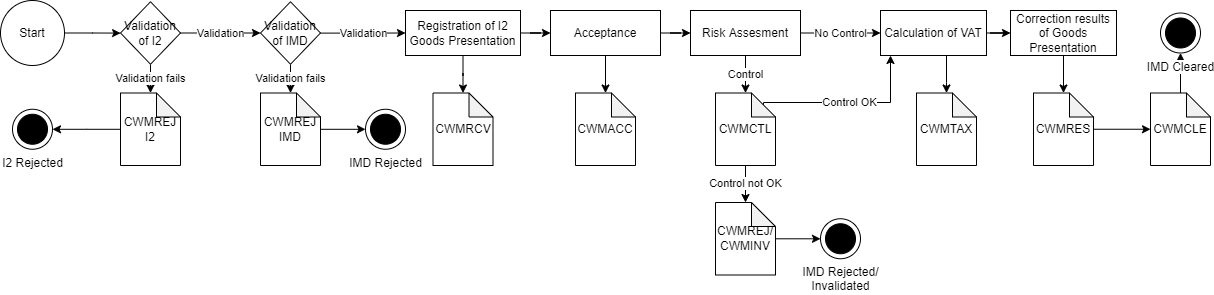
This is Flows/I2.png from skat/dms-public, a draw.io export, as it was before one commit. Source tidied: cells renumbered, new cells last; positions are measured from the earlier drawing's top-left corner, leaving out a move shared by most shapes.
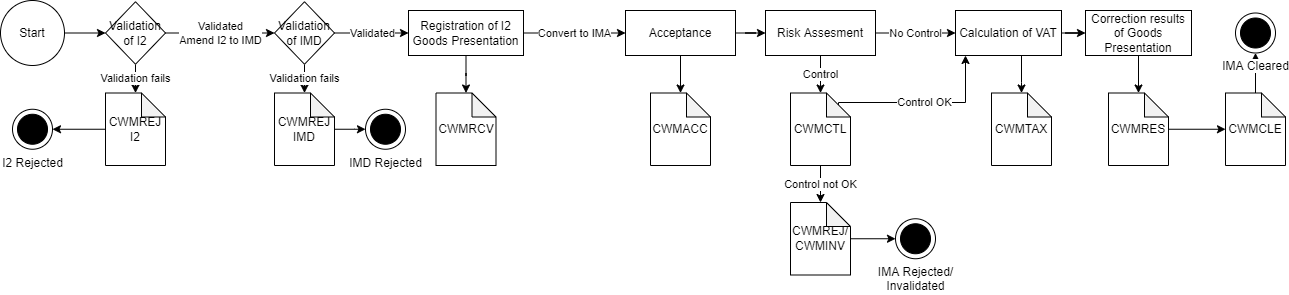
After the commit.

Change to the diagram source:
```diff
@@ -3,7 +3,7 @@
     <mxCell id="0" />
     <mxCell id="1" parent="0" />
     <mxCell id="2" value="I2 Rejected" style="shape=mxgraph.sysml.actFinal;html=1;verticalLabelPosition=bottom;labelBackgroundColor=#ffffff;verticalAlign=top;" parent="1" vertex="1">
-      <mxGeometry x="12" y="108.8" width="40" height="40" as="geometry" />
+      <mxGeometry x="-63" y="108.8" width="40" height="40" as="geometry" />
     </mxCell>
     <mxCell id="3" style="edgeStyle=orthogonalEdgeStyle;rounded=0;jettySize=auto;html=1;" parent="1" edge="1" source="5" target="17">
       <mxGeometry relative="1" as="geometry">
@@ -23,25 +23,25 @@
       <mxGeometry relative="1" as="geometry" />
     </mxCell>
     <mxCell id="7" value="Start" style="ellipse;whiteSpace=wrap;html=1;" parent="1" vertex="1">
-      <mxGeometry width="64" height="65" as="geometry" />
+      <mxGeometry x="-75" width="64" height="65" as="geometry" />
     </mxCell>
     <mxCell id="8" style="edgeStyle=orthogonalEdgeStyle;rounded=0;jettySize=auto;html=1;" parent="1" edge="1" source="10" target="18">
       <mxGeometry relative="1" as="geometry" />
     </mxCell>
-    <mxCell id="9" style="edgeStyle=orthogonalEdgeStyle;rounded=0;jettySize=auto;html=1;" parent="1" edge="1" source="10" target="26">
+    <mxCell id="9" value="Convert to IMA" style="edgeStyle=orthogonalEdgeStyle;rounded=0;jettySize=auto;html=1;" parent="1" edge="1" source="10" target="26">
       <mxGeometry relative="1" as="geometry" />
     </mxCell>
     <mxCell id="10" value="Registration of I2 Goods Presentation" style="whiteSpace=wrap;html=1;" parent="1" vertex="1">
-      <mxGeometry x="405" y="10" width="115" height="45" as="geometry" />
+      <mxGeometry x="333" y="10" width="115" height="45" as="geometry" />
     </mxCell>
     <mxCell id="11" value="Validation fails" style="edgeStyle=orthogonalEdgeStyle;rounded=0;jettySize=auto;html=1;" parent="1" edge="1" source="13" target="20">
       <mxGeometry relative="1" as="geometry" />
     </mxCell>
-    <mxCell id="12" value="Validation" style="edgeStyle=orthogonalEdgeStyle;rounded=0;jettySize=auto;html=1;" parent="1" edge="1" source="13" target="37">
+    <mxCell id="12" value="Validated&lt;br&gt;Amend I2 to IMD" style="edgeStyle=orthogonalEdgeStyle;rounded=0;jettySize=auto;html=1;" parent="1" edge="1" source="13" target="37">
       <mxGeometry relative="1" as="geometry" />
     </mxCell>
     <mxCell id="13" value="Validation of I2" style="rhombus;whiteSpace=wrap;html=1;" parent="1" vertex="1">
-      <mxGeometry x="120" y="1.2" width="60" height="62.5" as="geometry" />
+      <mxGeometry x="30" y="1.2" width="60" height="62.5" as="geometry" />
     </mxCell>
     <mxCell id="14" value="Control OK" style="edgeStyle=orthogonalEdgeStyle;rounded=0;jettySize=auto;html=1;exitX=0;exitY=0;exitDx=48;exitDy=12;exitPerimeter=0;" parent="1" edge="1" source="16">
       <mxGeometry relative="1" as="geometry">
@@ -62,13 +62,13 @@
       <mxGeometry x="916" y="92.5" width="60" height="72.5" as="geometry" />
     </mxCell>
     <mxCell id="18" value="CWMRCV" style="shape=note;whiteSpace=wrap;html=1;backgroundOutline=1;darkOpacity=0.05;size=24;" parent="1" vertex="1">
-      <mxGeometry x="432.5" y="92.5" width="60" height="72.5" as="geometry" />
+      <mxGeometry x="360.5" y="92.5" width="60" height="72.5" as="geometry" />
     </mxCell>
     <mxCell id="19" style="edgeStyle=orthogonalEdgeStyle;rounded=0;jettySize=auto;html=1;" parent="1" edge="1" source="20" target="2">
       <mxGeometry relative="1" as="geometry" />
     </mxCell>
     <mxCell id="20" value="CWMREJ&lt;br&gt;I2" style="shape=note;whiteSpace=wrap;html=1;backgroundOutline=1;darkOpacity=0.05;size=24;" parent="1" vertex="1">
-      <mxGeometry x="120" y="92.5" width="60" height="72.5" as="geometry" />
+      <mxGeometry x="30" y="92.5" width="60" height="72.5" as="geometry" />
     </mxCell>
     <mxCell id="21" value="Control" style="edgeStyle=orthogonalEdgeStyle;rounded=0;jettySize=auto;html=1;" parent="1" edge="1" source="23" target="16">
       <mxGeometry relative="1" as="geometry" />
@@ -109,23 +109,23 @@
     <mxCell id="33" value="CWMCLE" style="shape=note;whiteSpace=wrap;html=1;backgroundOutline=1;darkOpacity=0.05;size=24;" parent="1" vertex="1">
       <mxGeometry x="1150" y="92.5" width="60" height="72.5" as="geometry" />
     </mxCell>
-    <mxCell id="34" value="IMD Cleared" style="shape=mxgraph.sysml.actFinal;html=1;verticalLabelPosition=bottom;labelBackgroundColor=#ffffff;verticalAlign=top;" parent="1" vertex="1">
+    <mxCell id="34" value="IMA Cleared" style="shape=mxgraph.sysml.actFinal;html=1;verticalLabelPosition=bottom;labelBackgroundColor=#ffffff;verticalAlign=top;" parent="1" vertex="1">
       <mxGeometry x="1160" y="12.5" width="40" height="40" as="geometry" />
     </mxCell>
     <mxCell id="35" value="Validation fails" style="edgeStyle=orthogonalEdgeStyle;rounded=0;jettySize=auto;html=1;" parent="1" edge="1" source="37" target="39">
       <mxGeometry relative="1" as="geometry" />
     </mxCell>
-    <mxCell id="36" value="Validation" style="edgeStyle=orthogonalEdgeStyle;rounded=0;jettySize=auto;html=1;" parent="1" edge="1" source="37" target="10">
+    <mxCell id="36" value="Validated" style="edgeStyle=orthogonalEdgeStyle;rounded=0;jettySize=auto;html=1;" parent="1" edge="1" source="37" target="10">
       <mxGeometry relative="1" as="geometry" />
     </mxCell>
     <mxCell id="37" value="Validation of IMD" style="rhombus;whiteSpace=wrap;html=1;" parent="1" vertex="1">
-      <mxGeometry x="260" y="1.2" width="60" height="62.5" as="geometry" />
+      <mxGeometry x="199" y="1.2" width="60" height="62.5" as="geometry" />
     </mxCell>
     <mxCell id="38" style="edgeStyle=orthogonalEdgeStyle;rounded=0;jettySize=auto;html=1;" parent="1" edge="1" source="39" target="43">
       <mxGeometry relative="1" as="geometry" />
     </mxCell>
     <mxCell id="39" value="CWMREJ&lt;br&gt;IMD" style="shape=note;whiteSpace=wrap;html=1;backgroundOutline=1;darkOpacity=0.05;size=24;" parent="1" vertex="1">
-      <mxGeometry x="260" y="92.5" width="60" height="72.5" as="geometry" />
+      <mxGeometry x="199" y="92.5" width="60" height="72.5" as="geometry" />
     </mxCell>
     <mxCell id="40" style="edgeStyle=orthogonalEdgeStyle;rounded=0;jettySize=auto;html=1;" parent="1" edge="1" source="41" target="42">
       <mxGeometry relative="1" as="geometry" />
@@ -133,11 +133,11 @@
     <mxCell id="41" value="CWMREJ/&lt;br&gt;CWMINV" style="shape=note;whiteSpace=wrap;html=1;backgroundOutline=1;darkOpacity=0.05;size=24;" parent="1" vertex="1">
       <mxGeometry x="715" y="202" width="60" height="72.5" as="geometry" />
     </mxCell>
-    <mxCell id="42" value="IMD Rejected/&lt;br&gt;Invalidated" style="shape=mxgraph.sysml.actFinal;html=1;verticalLabelPosition=bottom;labelBackgroundColor=#ffffff;verticalAlign=top;" parent="1" vertex="1">
+    <mxCell id="42" value="IMA Rejected/&lt;br&gt;Invalidated" style="shape=mxgraph.sysml.actFinal;html=1;verticalLabelPosition=bottom;labelBackgroundColor=#ffffff;verticalAlign=top;" parent="1" vertex="1">
       <mxGeometry x="820" y="218.2" width="40" height="40" as="geometry" />
     </mxCell>
     <mxCell id="43" value="IMD Rejected" style="shape=mxgraph.sysml.actFinal;html=1;verticalLabelPosition=bottom;labelBackgroundColor=#ffffff;verticalAlign=top;" parent="1" vertex="1">
-      <mxGeometry x="365" y="108.8" width="40" height="40" as="geometry" />
+      <mxGeometry x="290" y="108.8" width="40" height="40" as="geometry" />
     </mxCell>
   </root>
 </mxGraphModel>
```
